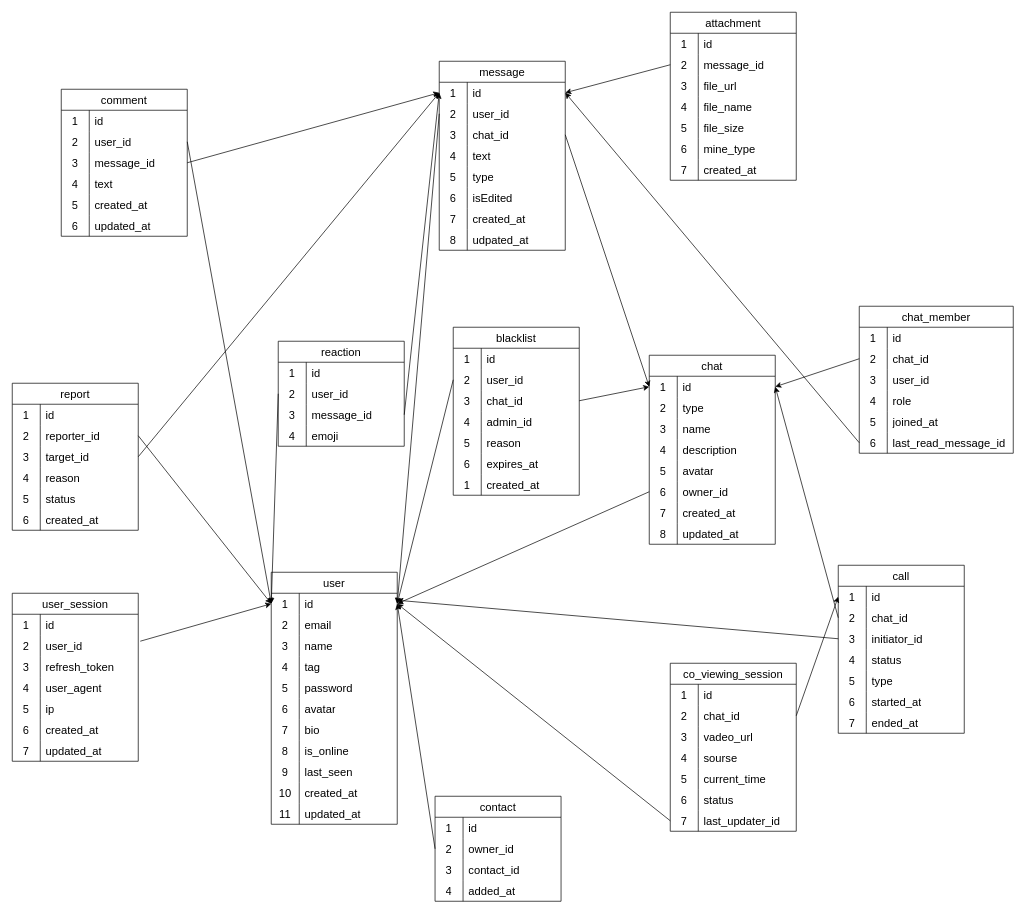
BlackDarkes/SwitchChat keeps this draw.io diagram as apps/api/prisma/schema/database.drawio. Above is the earlier version. Source tidied: cells renumbered, new cells numbered last; positions are measured from the earlier drawing's top-left corner, leaving out a move shared by most shapes. Both pictures are drawn from the tidied source at 70%, with x=0, y=0 at pixel (12, 12).
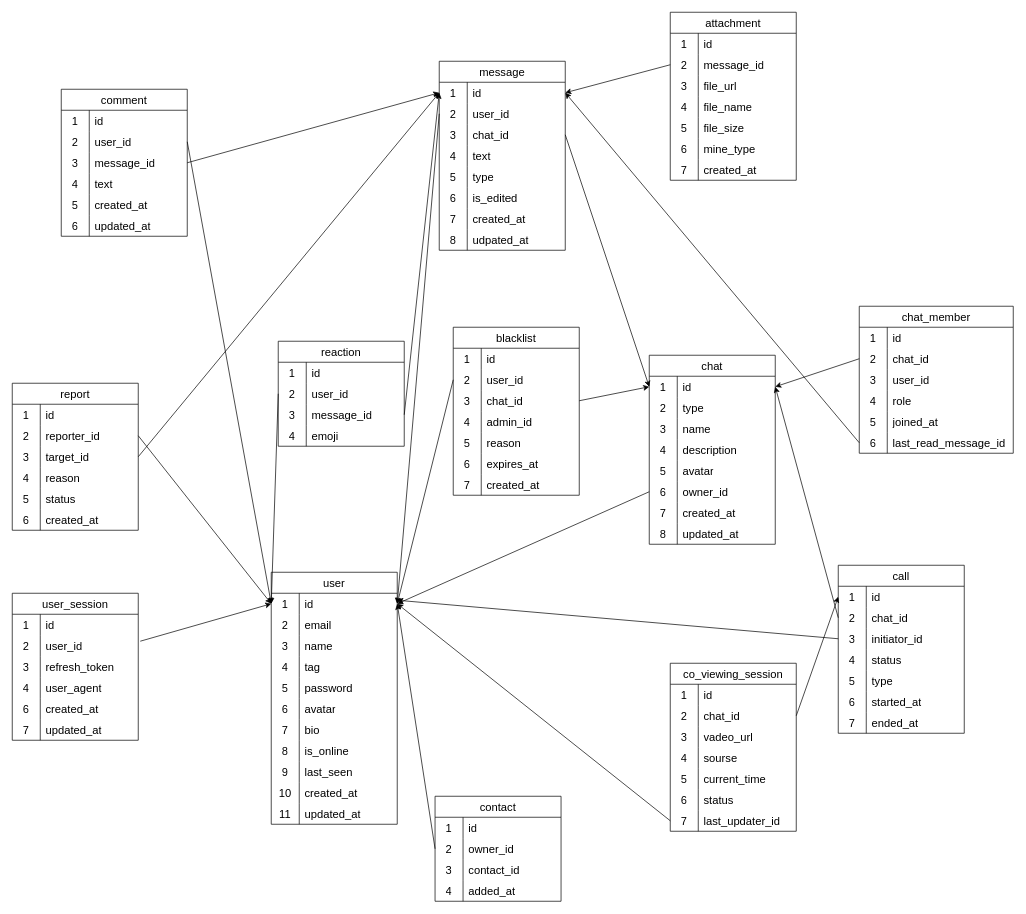
The same diagram, later.

Commit message (it also covers changes not shown here):
Схема перенесена в prisma

The change refers to these unchanged cells:
```xml
<mxCell id="135" style="shape=tableRow;horizontal=0;startSize=0;swimlaneHead=0;swimlaneBody=0;top=0;left=0;bottom=0;right=0;fillColor=none;strokeColor=inherit;fontSize=16;" parent="119" vertex="1">
  <mxGeometry y="180" width="180" height="30" as="geometry" />
</mxCell>
<mxCell id="292" style="shape=tableRow;horizontal=0;startSize=0;swimlaneHead=0;swimlaneBody=0;top=0;left=0;bottom=0;right=0;fillColor=none;strokeColor=inherit;fontSize=16;" parent="273" vertex="1">
  <mxGeometry y="210" width="180" height="30" as="geometry" />
</mxCell>
```

Diff of the diagram source:
```diff
@@
     <mxCell id="61" value="user_session" style="shape=table;startSize=30;childLayout=tableLayout;rowLines=0;fontStyle=0;strokeColor=default;fontSize=16;" parent="1" vertex="1">
-      <mxGeometry y="830" width="180" height="240" as="geometry" />
+      <mxGeometry y="830" width="180" height="210" as="geometry" />
     </mxCell>
@@
-    <mxCell id="74" style="shape=tableRow;horizontal=0;startSize=0;swimlaneHead=0;swimlaneBody=0;top=0;left=0;bottom=0;right=0;fillColor=none;strokeColor=inherit;fontSize=16;" parent="61" vertex="1">
-      <mxGeometry y="150" width="180" height="30" as="geometry" />
-    </mxCell>
-    <mxCell id="75" value="5" style="shape=partialRectangle;html=1;whiteSpace=wrap;fillColor=none;top=0;left=0;bottom=0;right=0;overflow=hidden;strokeColor=inherit;fontSize=16;" parent="74" vertex="1">
-      <mxGeometry width="40" height="30" as="geometry" />
-    </mxCell>
-    <mxCell id="76" value="ip" style="shape=partialRectangle;html=1;whiteSpace=wrap;fillColor=none;top=0;left=0;bottom=0;right=0;align=left;spacingLeft=6;overflow=hidden;strokeColor=inherit;fontSize=16;" parent="74" vertex="1">
-      <mxGeometry x="40" width="140" height="30" as="geometry" />
-    </mxCell>
     <mxCell id="77" style="shape=tableRow;horizontal=0;startSize=0;swimlaneHead=0;swimlaneBody=0;top=0;left=0;bottom=0;right=0;fillColor=none;strokeColor=inherit;fontSize=16;" parent="61" vertex="1">
-      <mxGeometry y="180" width="180" height="30" as="geometry" />
+      <mxGeometry y="150" width="180" height="30" as="geometry" />
     </mxCell>
@@
     <mxCell id="80" style="shape=tableRow;horizontal=0;startSize=0;swimlaneHead=0;swimlaneBody=0;top=0;left=0;bottom=0;right=0;fillColor=none;strokeColor=inherit;fontSize=16;" parent="61" vertex="1">
-      <mxGeometry y="210" width="180" height="30" as="geometry" />
+      <mxGeometry y="180" width="180" height="30" as="geometry" />
     </mxCell>
@@
-    <mxCell id="137" value="isEdited" style="shape=partialRectangle;html=1;whiteSpace=wrap;fillColor=none;top=0;left=0;bottom=0;right=0;align=left;spacingLeft=6;overflow=hidden;strokeColor=inherit;fontSize=16;" parent="135" vertex="1">
+    <mxCell id="137" value="is_edited" style="shape=partialRectangle;html=1;whiteSpace=wrap;fillColor=none;top=0;left=0;bottom=0;right=0;align=left;spacingLeft=6;overflow=hidden;strokeColor=inherit;fontSize=16;" parent="135" vertex="1">
       <mxGeometry x="40" width="140" height="30" as="geometry" />
     </mxCell>
@@
-    <mxCell id="293" value="1" style="shape=partialRectangle;html=1;whiteSpace=wrap;fillColor=none;top=0;left=0;bottom=0;right=0;overflow=hidden;strokeColor=inherit;fontSize=16;" parent="292" vertex="1">
+    <mxCell id="293" value="7" style="shape=partialRectangle;html=1;whiteSpace=wrap;fillColor=none;top=0;left=0;bottom=0;right=0;overflow=hidden;strokeColor=inherit;fontSize=16;" parent="292" vertex="1">
       <mxGeometry width="40" height="30" as="geometry" />
     </mxCell>
```
